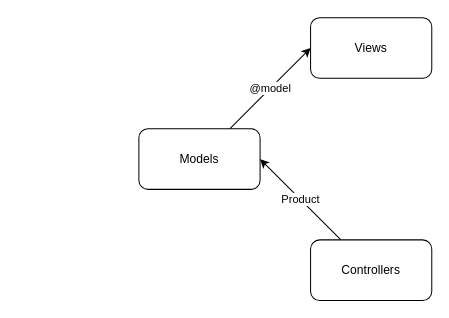
This is page "MVC" (1 of 2) of Draws.drawio from zcomert/btk-akademi-aspnet-core-mvc-bootcamp-samsun, a draw.io file, before an edit. Source tidied: cells renumbered, new cells numbered last; positions are measured from the earlier drawing's top-left corner, leaving out a move shared by most shapes. Both pictures are drawn from the tidied source at 101%, with x=0, y=0 at pixel (138, 17).
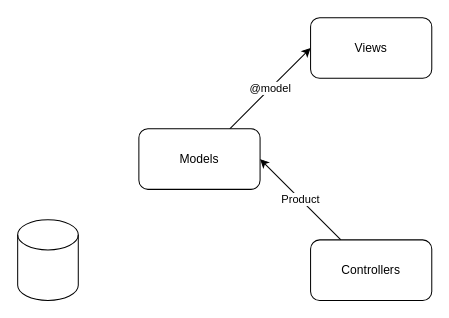
The same page after the edit.

What changed in the source:
```diff
@@
 <mxGraphModel>
   <root>
     <mxCell id="0" />
     <mxCell id="1" parent="0" />
     <mxCell id="2" value="@model" style="rounded=0;jettySize=auto;html=1;entryX=0;entryY=0.5;entryDx=0;entryDy=0;" parent="1" edge="1" source="3" target="4">
       <mxGeometry relative="1" as="geometry" />
     </mxCell>
     <mxCell id="3" value="Models" style="rounded=1;whiteSpace=wrap;html=1;" parent="1" vertex="1">
       <mxGeometry y="110" width="120" height="60" as="geometry" />
     </mxCell>
     <mxCell id="4" value="Views" style="rounded=1;whiteSpace=wrap;html=1;" parent="1" vertex="1">
       <mxGeometry x="170" width="120" height="60" as="geometry" />
     </mxCell>
     <mxCell id="5" value="Product" style="rounded=0;jettySize=auto;html=1;entryX=1;entryY=0.5;entryDx=0;entryDy=0;" parent="1" edge="1" source="6" target="3">
       <mxGeometry relative="1" as="geometry" />
     </mxCell>
     <mxCell id="6" value="Controllers" style="rounded=1;whiteSpace=wrap;html=1;" parent="1" vertex="1">
       <mxGeometry x="170" y="220" width="120" height="60" as="geometry" />
     </mxCell>
+    <mxCell id="7" style="shape=cylinder3;whiteSpace=wrap;html=1;boundedLbl=1;backgroundOutline=1;size=15;fontSize=15;" parent="1" vertex="1">
+      <mxGeometry x="-120" y="200" width="60" height="80" as="geometry" />
+    </mxCell>
   </root>
 </mxGraphModel>
```
